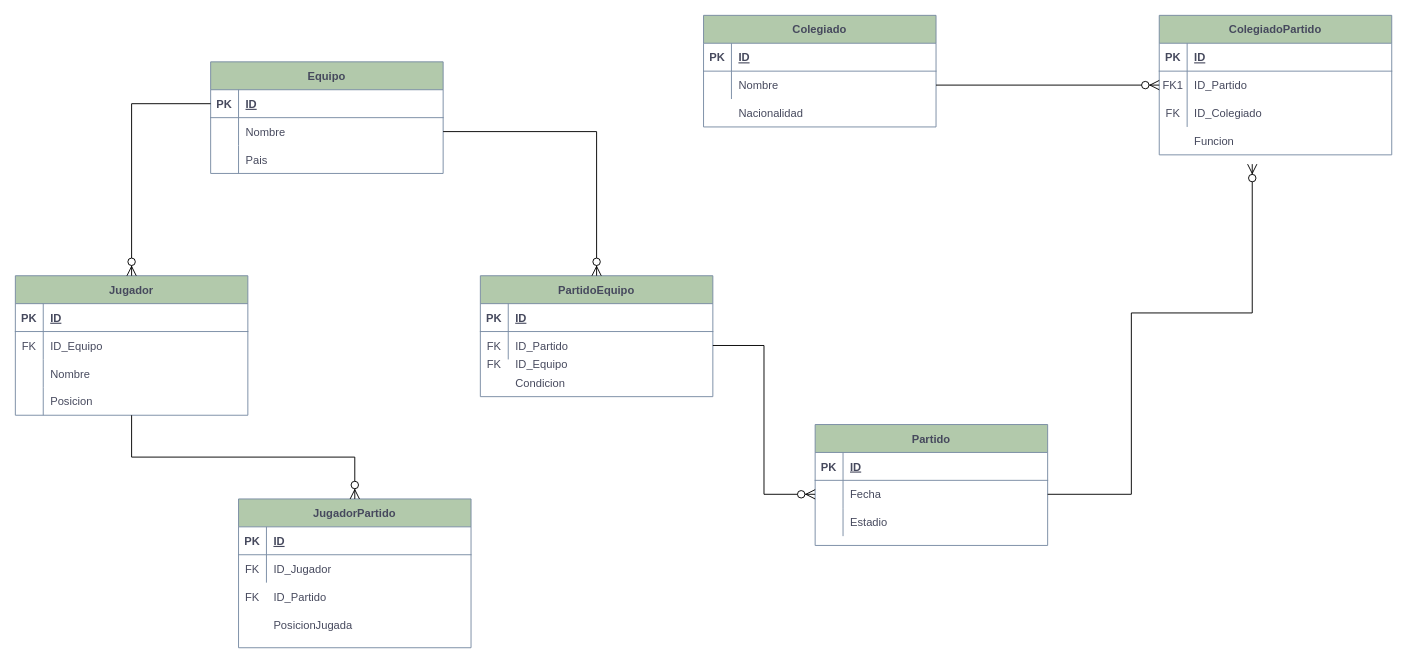
Earlier version of the draw.io diagram Modelo relacional 2.drawio (Ash-code12/Diagramas). Source tidied: cells renumbered, new cells numbered last; positions are measured from the earlier drawing's top-left corner, leaving out a move shared by most shapes. Both pictures are drawn from the tidied source at 93%, with x=0, y=0 at pixel (15, 15).
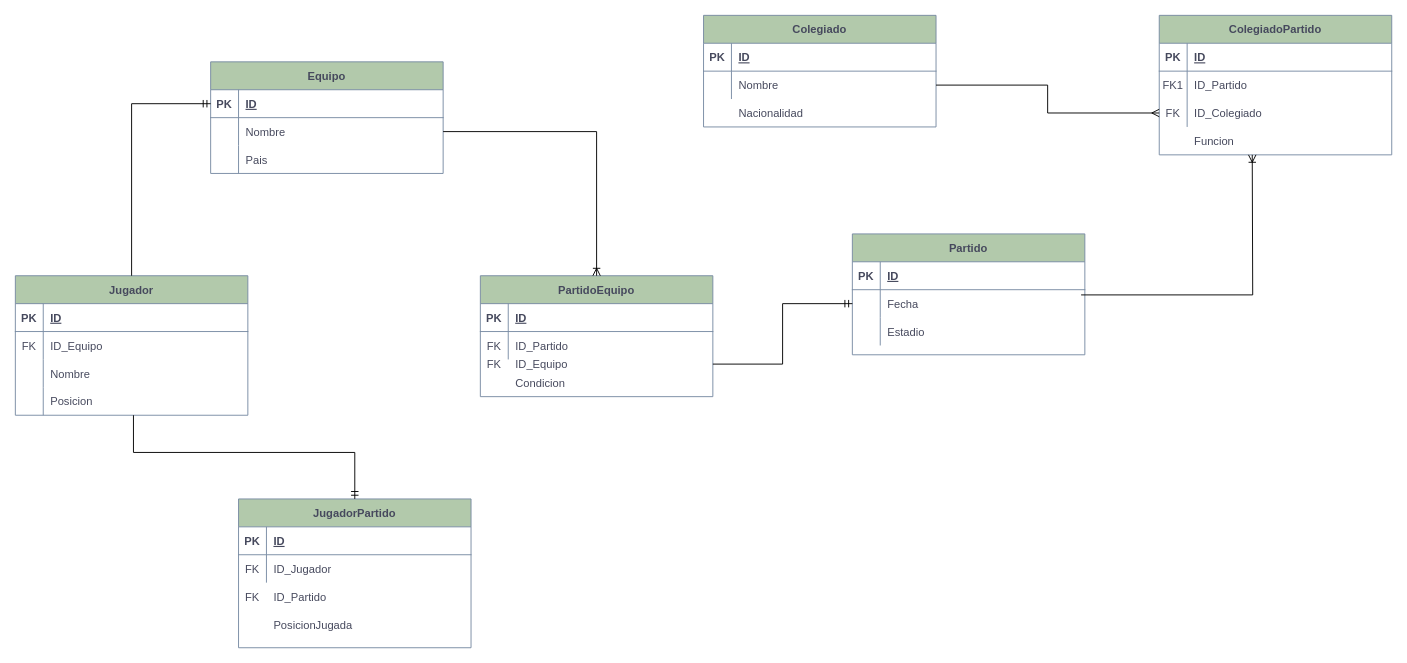
The same page after the edit.

Unchanged cells that the change refers to:
```xml
<mxCell id="6" style="shape=partialRectangle;fillColor=none;points=[[0,0.5],[1,0.5]];portConstraint=eastwest;top=0;left=0;right=0;bottom=0;labelBackgroundColor=none;strokeColor=#788AA3;fontColor=#46495D;" parent="2" vertex="1">
  <mxGeometry y="60" width="250" height="30" as="geometry" />
</mxCell>
<mxCell id="9" style="shape=partialRectangle;fillColor=none;points=[[0,0.5],[1,0.5]];portConstraint=eastwest;top=0;left=0;right=0;bottom=0;labelBackgroundColor=none;strokeColor=#788AA3;fontColor=#46495D;" parent="2" vertex="1">
  <mxGeometry y="90" width="250" height="30" as="geometry" />
</mxCell>
<mxCell id="16" style="shape=partialRectangle;fillColor=none;points=[[0,0.5],[1,0.5]];portConstraint=eastwest;top=0;left=0;right=0;bottom=0;labelBackgroundColor=none;strokeColor=#788AA3;fontColor=#46495D;" parent="12" vertex="1">
  <mxGeometry y="60" width="250" height="30" as="geometry" />
</mxCell>
<mxCell id="19" value="PartidoEquipo" style="shape=table;startSize=30;childLayout=tableLayout;rowLines=0;fontStyle=1;align=center;labelBackgroundColor=none;fillColor=#B2C9AB;strokeColor=#788AA3;fontColor=#46495D;" parent="1" vertex="1">
  <mxGeometry x="500" y="280" width="250" height="130" as="geometry" />
</mxCell>
<mxCell id="23" style="shape=partialRectangle;fillColor=none;points=[[0,0.5],[1,0.5]];portConstraint=eastwest;top=0;left=0;right=0;bottom=0;labelBackgroundColor=none;strokeColor=#788AA3;fontColor=#46495D;" parent="19" vertex="1">
  <mxGeometry y="60" width="250" height="30" as="geometry" />
</mxCell>
<mxCell id="26" value="Jugador" style="shape=table;startSize=30;childLayout=tableLayout;rowLines=0;fontStyle=1;align=center;labelBackgroundColor=none;fillColor=#B2C9AB;strokeColor=#788AA3;fontColor=#46495D;" parent="1" vertex="1">
  <mxGeometry y="280" width="250" height="150" as="geometry" />
</mxCell>
<mxCell id="43" style="shape=partialRectangle;fillColor=none;points=[[0,0.5],[1,0.5]];portConstraint=eastwest;top=0;left=0;right=0;bottom=0;labelBackgroundColor=none;strokeColor=#788AA3;fontColor=#46495D;" parent="39" vertex="1">
  <mxGeometry y="60" width="250" height="30" as="geometry" />
</mxCell>
<mxCell id="49" value="JugadorPartido" style="shape=table;startSize=30;childLayout=tableLayout;rowLines=0;fontStyle=1;align=center;labelBackgroundColor=none;fillColor=#B2C9AB;strokeColor=#788AA3;fontColor=#46495D;" parent="1" vertex="1">
  <mxGeometry x="240" y="520" width="250" height="160" as="geometry" />
</mxCell>
<mxCell id="58" style="shape=partialRectangle;fillColor=none;points=[[0,0.5],[1,0.5]];portConstraint=eastwest;top=0;left=0;right=0;bottom=0;labelBackgroundColor=none;strokeColor=#788AA3;fontColor=#46495D;" parent="1" vertex="1">
  <mxGeometry x="500" y="360" width="250" height="30" as="geometry" />
</mxCell>
<mxCell id="71" style="shape=partialRectangle;fillColor=none;points=[[0,0.5],[1,0.5]];portConstraint=eastwest;top=0;left=0;right=0;bottom=1;labelBackgroundColor=none;strokeColor=#788AA3;fontColor=#46495D;" parent="70" vertex="1">
  <mxGeometry y="30" width="250" height="30" as="geometry" />
</mxCell>
<mxCell id="74" style="shape=partialRectangle;fillColor=none;points=[[0,0.5],[1,0.5]];portConstraint=eastwest;top=0;left=0;right=0;bottom=0;labelBackgroundColor=none;strokeColor=#788AA3;fontColor=#46495D;" parent="70" vertex="1">
  <mxGeometry y="60" width="250" height="30" as="geometry" />
</mxCell>
```

Change to the diagram source:
```diff
@@
     <mxCell id="39" value="Partido" style="shape=table;startSize=30;childLayout=tableLayout;rowLines=0;fontStyle=1;align=center;labelBackgroundColor=none;fillColor=#B2C9AB;strokeColor=#788AA3;fontColor=#46495D;" parent="1" vertex="1">
-      <mxGeometry x="860" y="440" width="250" height="130" as="geometry" />
+      <mxGeometry x="900" y="235" width="250" height="130" as="geometry" />
     </mxCell>
@@
-    <mxCell id="67" style="edgeStyle=orthogonalEdgeStyle;fontSize=12;html=1;endArrow=ERzeroToMany;endFill=1;rounded=0;startSize=8;endSize=8;entryX=0;entryY=0.5;entryDx=0;entryDy=0;exitX=1;exitY=0.5;exitDx=0;exitDy=0;" parent="1" edge="1" source="16" target="6">
-      <mxGeometry relative="1" as="geometry" />
-    </mxCell>
-    <mxCell id="68" style="edgeStyle=orthogonalEdgeStyle;fontSize=12;html=1;endArrow=ERzeroToMany;endFill=1;rounded=0;startSize=8;endSize=8;entryX=0;entryY=0.5;entryDx=0;entryDy=0;exitX=1;exitY=0.5;exitDx=0;exitDy=0;" parent="1" edge="1" source="23" target="43">
-      <mxGeometry relative="1" as="geometry" />
-    </mxCell>
-    <mxCell id="69" style="edgeStyle=orthogonalEdgeStyle;fontSize=12;html=1;endArrow=ERzeroToMany;endFill=1;rounded=0;startSize=8;endSize=8;entryX=0.5;entryY=0;entryDx=0;entryDy=0;exitX=0.5;exitY=1;exitDx=0;exitDy=0;" parent="1" edge="1" source="26" target="49">
-      <mxGeometry relative="1" as="geometry" />
-    </mxCell>
@@
+    <mxCell id="83" style="edgeStyle=orthogonalEdgeStyle;fontSize=12;html=1;endArrow=ERmandOne;rounded=0;entryX=0.5;entryY=0;entryDx=0;entryDy=0;" parent="1" edge="1" target="49">
+      <mxGeometry relative="1" as="geometry">
+        <mxPoint x="127" y="430" as="sourcePoint" />
+        <Array as="points">
+          <mxPoint x="127" y="470" />
+          <mxPoint x="365" y="470" />
+        </Array>
+      </mxGeometry>
+    </mxCell>
+    <mxCell id="84" style="edgeStyle=orthogonalEdgeStyle;fontSize=12;html=1;endArrow=ERmandOne;rounded=0;entryX=0;entryY=0.5;entryDx=0;entryDy=0;exitX=0.5;exitY=0;exitDx=0;exitDy=0;" parent="1" edge="1" source="26" target="71">
+      <mxGeometry relative="1" as="geometry" />
+    </mxCell>
-    <mxCell id="80" style="edgeStyle=orthogonalEdgeStyle;fontSize=12;html=1;endArrow=ERzeroToMany;endFill=1;rounded=0;startSize=8;endSize=8;entryX=0.5;entryY=0;entryDx=0;entryDy=0;exitX=1;exitY=0.5;exitDx=0;exitDy=0;" parent="1" edge="1" source="74" target="19">
+    <mxCell id="80" style="edgeStyle=orthogonalEdgeStyle;fontSize=12;html=1;endArrow=ERoneToMany;rounded=0;entryX=0.5;entryY=0;entryDx=0;entryDy=0;exitX=1;exitY=0.5;exitDx=0;exitDy=0;" parent="1" edge="1" source="74" target="19">
       <mxGeometry relative="1" as="geometry" />
     </mxCell>
-    <mxCell id="81" style="edgeStyle=orthogonalEdgeStyle;fontSize=12;html=1;endArrow=ERzeroToMany;endFill=1;rounded=0;startSize=8;endSize=8;entryX=0.5;entryY=0;entryDx=0;entryDy=0;exitX=0;exitY=0.5;exitDx=0;exitDy=0;" parent="1" edge="1" source="71" target="26">
-      <mxGeometry relative="1" as="geometry" />
-    </mxCell>
-    <mxCell id="82" style="edgeStyle=orthogonalEdgeStyle;fontSize=12;html=1;endArrow=ERzeroToMany;endFill=1;rounded=0;startSize=8;endSize=8;exitX=1;exitY=0.5;exitDx=0;exitDy=0;" parent="1" edge="1" source="43">
-      <mxGeometry relative="1" as="geometry">
-        <mxPoint x="1330" y="160" as="targetPoint" />
-        <Array as="points">
-          <mxPoint x="1200" y="515" />
-          <mxPoint x="1200" y="320" />
-          <mxPoint x="1330" y="320" />
-        </Array>
-      </mxGeometry>
-    </mxCell>
+    <mxCell id="85" style="edgeStyle=orthogonalEdgeStyle;fontSize=12;html=1;endArrow=ERoneToMany;rounded=0;exitX=0.984;exitY=0.187;exitDx=0;exitDy=0;exitPerimeter=0;" parent="1" edge="1" source="43">
+      <mxGeometry relative="1" as="geometry">
+        <mxPoint x="1330" y="150" as="targetPoint" />
+      </mxGeometry>
+    </mxCell>
+    <mxCell id="86" style="edgeStyle=orthogonalEdgeStyle;fontSize=12;html=1;endArrow=ERmandOne;rounded=0;entryX=0;entryY=0.5;entryDx=0;entryDy=0;exitX=1;exitY=0.5;exitDx=0;exitDy=0;" parent="1" edge="1" source="58" target="43">
+      <mxGeometry relative="1" as="geometry" />
+    </mxCell>
+    <mxCell id="87" style="edgeStyle=orthogonalEdgeStyle;fontSize=12;html=1;endArrow=ERmany;rounded=0;exitX=1;exitY=0.5;exitDx=0;exitDy=0;entryX=0;entryY=0.5;entryDx=0;entryDy=0;" parent="1" edge="1" source="16" target="9">
+      <mxGeometry relative="1" as="geometry" />
+    </mxCell>
```
